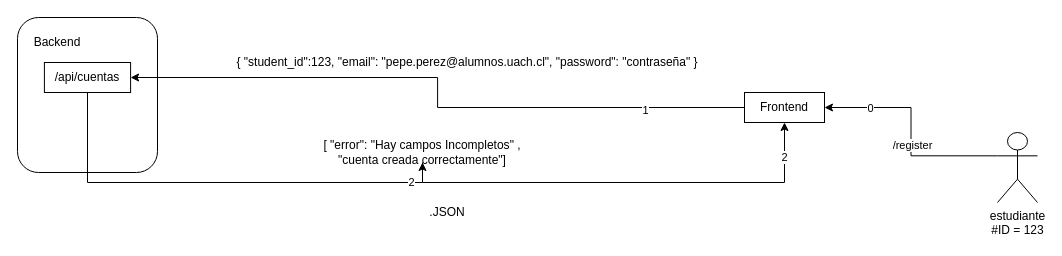
Above: page "register" (2 of 3) of flujoRamos.drawio in notMago/Ciber-espacioCompartido (draw.io), before the change. Source tidied: cells renumbered, new cells numbered last; positions are measured from the earlier drawing's top-left corner, leaving out a move shared by most shapes. Both pictures are drawn from the tidied source at 100%, with x=0, y=0 at pixel (17, 17).
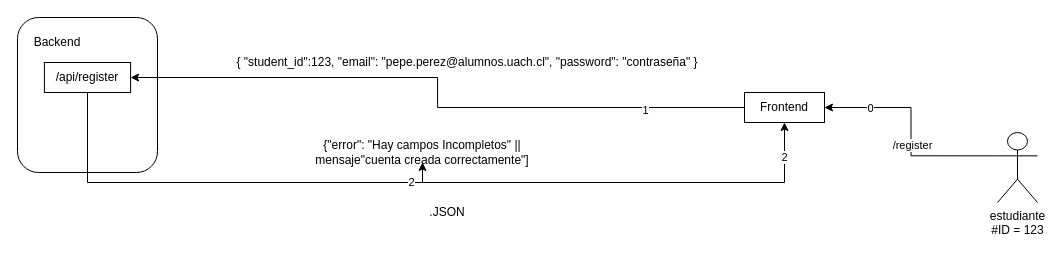
The same diagram, later.

Diff of the diagram source:
```diff
@@
-    <mxCell id="13" value="/api/cuentas" style="rounded=0;whiteSpace=wrap;html=1;" parent="1" vertex="1">
+    <mxCell id="13" value="/api/register" style="rounded=0;whiteSpace=wrap;html=1;" parent="1" vertex="1">
       <mxGeometry x="26.9" y="45" width="86.2" height="30" as="geometry" />
     </mxCell>
@@
-    <mxCell id="16" value="[ &quot;error&quot;: &quot;Hay campos Incompletos&lt;span&gt;&quot; ,&lt;/span&gt;&lt;br&gt;&quot;cuenta creada correctamente&quot;]" style="text;html=1;strokeColor=none;fillColor=none;align=center;verticalAlign=middle;whiteSpace=wrap;rounded=0;" parent="1" vertex="1">
+    <mxCell id="16" value="{&quot;error&quot;: &quot;Hay campos Incompletos&lt;span&gt;&quot; ||&lt;/span&gt;&lt;br&gt;mensaje&quot;cuenta creada correctamente&quot;]" style="text;html=1;strokeColor=none;fillColor=none;align=center;verticalAlign=middle;whiteSpace=wrap;rounded=0;" parent="1" vertex="1">
       <mxGeometry x="90" y="125" width="630" height="20" as="geometry" />
     </mxCell>
```
